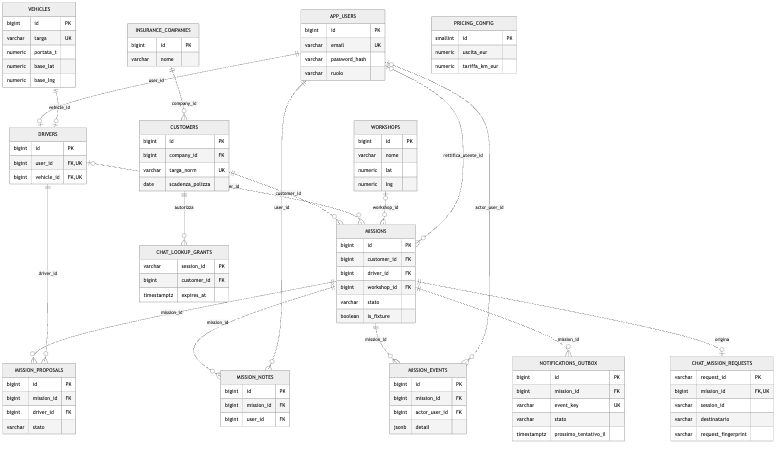
This is docs/diagrams/rendered/database_er.png from coluccimarco/fornitori-soccorso, a Mermaid export, as it was before one commit. Its source is kept beside it as docs/diagrams/database_er.mmd.
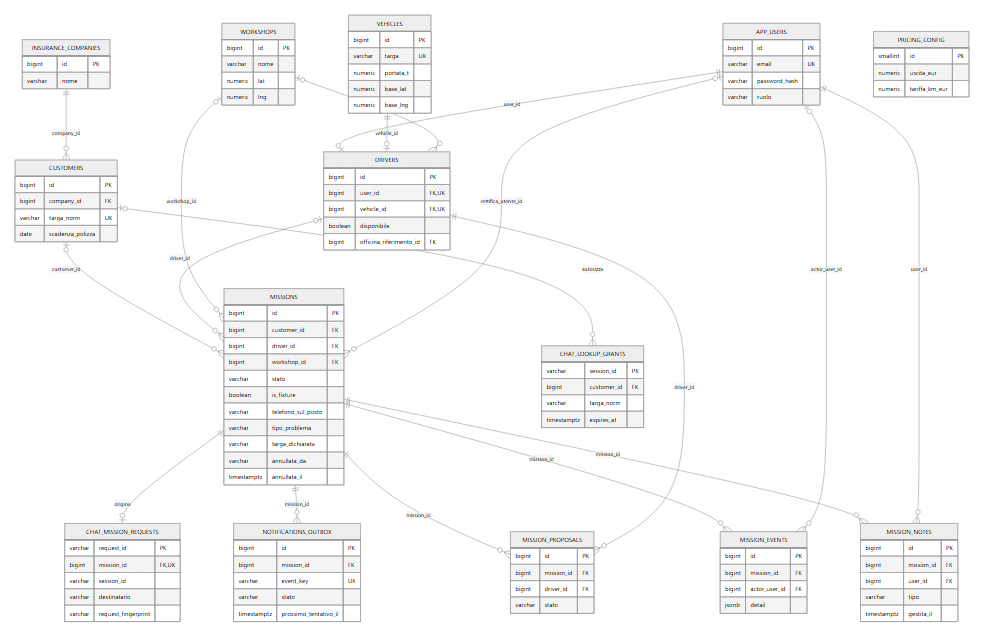
After the commit.

Change to the diagram source:
```diff
@@ -1,8 +1,9 @@
 erDiagram
     APP_USERS ||--o| DRIVERS : "user_id"
     VEHICLES ||--o| DRIVERS : "vehicle_id"
+    WORKSHOPS o|--o{ DRIVERS : "officina_riferimento_id"
     INSURANCE_COMPANIES ||--o{ CUSTOMERS : "company_id"
-    CUSTOMERS ||--o{ MISSIONS : "customer_id"
+    CUSTOMERS o|--o{ MISSIONS : "customer_id"
     DRIVERS o|--o{ MISSIONS : "driver_id"
     WORKSHOPS o|--o{ MISSIONS : "workshop_id"
     MISSIONS ||--o{ MISSION_PROPOSALS : "mission_id"
@@ -23,6 +24,8 @@
         bigint id PK
         bigint user_id FK,UK
         bigint vehicle_id FK,UK
+        boolean disponibile
+        bigint officina_riferimento_id FK
     }
     VEHICLES {
         bigint id PK
@@ -59,6 +62,11 @@
         bigint workshop_id FK
         varchar stato
         boolean is_fixture
+        varchar telefono_sul_posto
+        varchar tipo_problema
+        varchar targa_dichiarata
+        varchar annullata_da
+        timestamptz annullata_il
     }
     MISSION_PROPOSALS {
         bigint id PK
@@ -70,6 +78,8 @@
         bigint id PK
         bigint mission_id FK
         bigint user_id FK
+        varchar tipo
+        timestamptz gestita_il
     }
     MISSION_EVENTS {
         bigint id PK
@@ -87,6 +97,7 @@
     CHAT_LOOKUP_GRANTS {
         varchar session_id PK
         bigint customer_id FK
+        varchar targa_norm
         timestamptz expires_at
     }
     NOTIFICATIONS_OUTBOX {
@@ -97,4 +108,4 @@
         timestamptz prossimo_tentativo_il
     }
     MISSIONS ||--o| CHAT_MISSION_REQUESTS : origina
-    CUSTOMERS ||--o{ CHAT_LOOKUP_GRANTS : autorizza
+    CUSTOMERS o|--o{ CHAT_LOOKUP_GRANTS : autorizza
```
